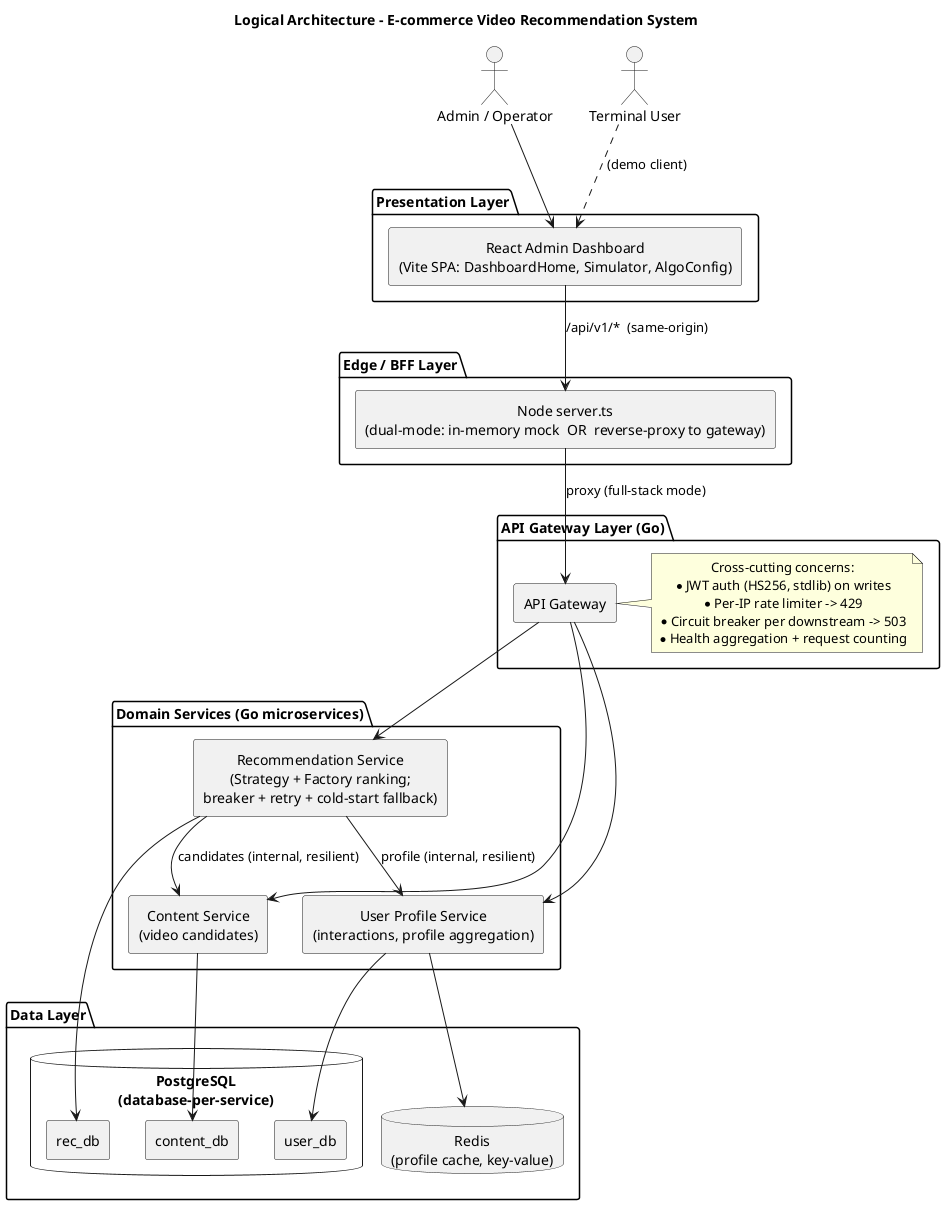
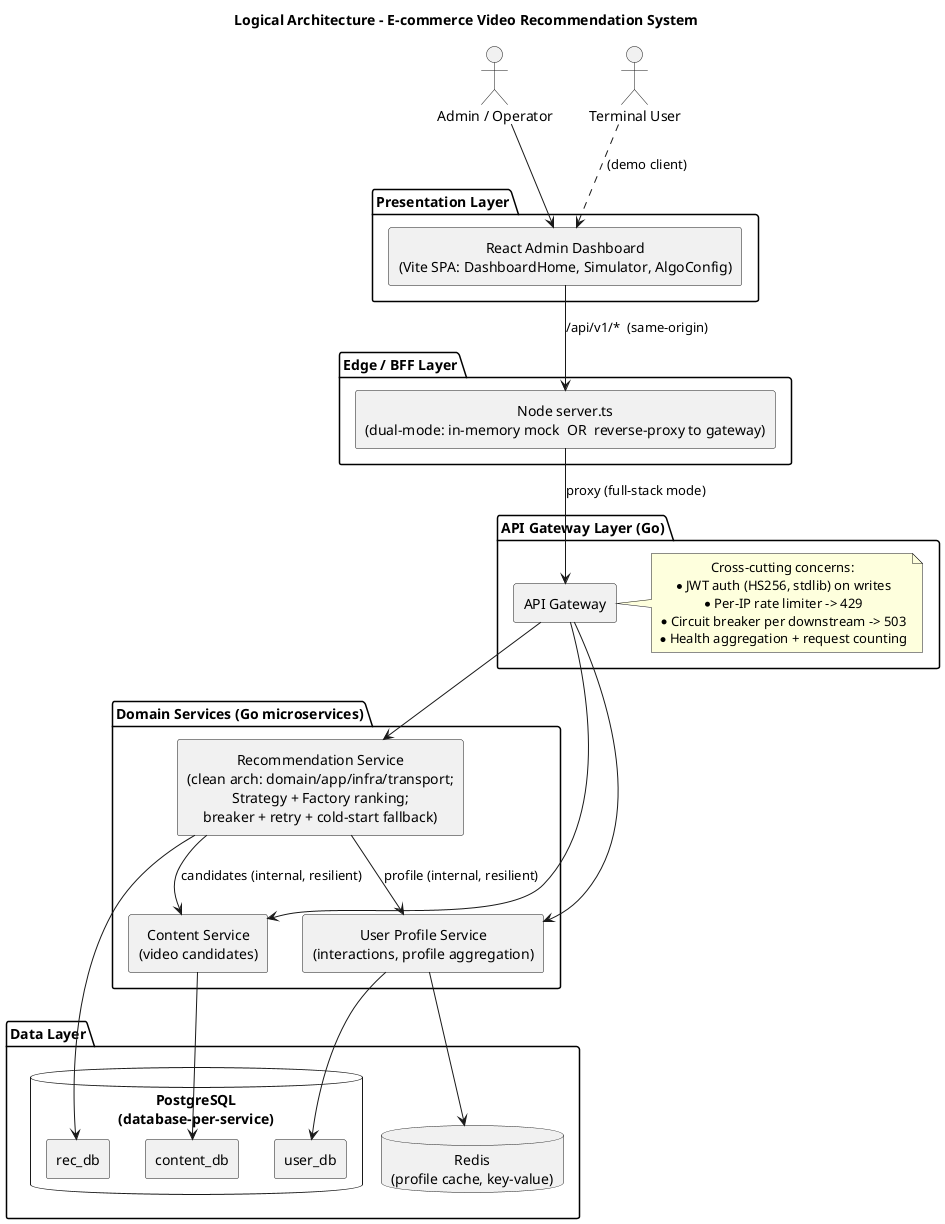
@startuml logical-architecture
title Logical Architecture - E-commerce Video Recommendation System

skinparam componentStyle rectangle
skinparam shadowing false
skinparam defaultTextAlignment center

actor "Admin / Operator" as admin
actor "Terminal User" as user

package "Presentation Layer" {
  [React Admin Dashboard\n(Vite SPA: DashboardHome, Simulator, AlgoConfig)] as react
}

package "Edge / BFF Layer" {
  [Node server.ts\n(dual-mode: in-memory mock  OR  reverse-proxy to gateway)] as bff
}

package "API Gateway Layer (Go)" {
  [API Gateway] as gw
  note right of gw
    Cross-cutting concerns:
    * JWT auth (HS256, stdlib) on writes
    * Per-IP rate limiter -> 429
    * Circuit breaker per downstream -> 503
    * Health aggregation + request counting
  end note
}

package "Domain Services (Go microservices)" {
-   [Recommendation Service\n(Strategy + Factory ranking;\nbreaker + retry + cold-start fallback)] as rec
+   [Recommendation Service\n(clean arch: domain/app/infra/transport;\nStrategy + Factory ranking;\nbreaker + retry + cold-start fallback)] as rec
  [User Profile Service\n(interactions, profile aggregation)] as usvc
  [Content Service\n(video candidates)] as csvc
}

package "Data Layer" {
  database "PostgreSQL\n(database-per-service)" as pg {
    [user_db]
    [content_db]
    [rec_db]
  }
  database "Redis\n(profile cache, key-value)" as redis
}

admin --> react
user ..> react : (demo client)
react --> bff : /api/v1/*  (same-origin)
bff --> gw : proxy (full-stack mode)

gw --> rec
gw --> usvc
gw --> csvc

rec --> usvc : profile (internal, resilient)
rec --> csvc : candidates (internal, resilient)
rec --> rec_db
usvc --> user_db
usvc --> redis
csvc --> content_db
@enduml
